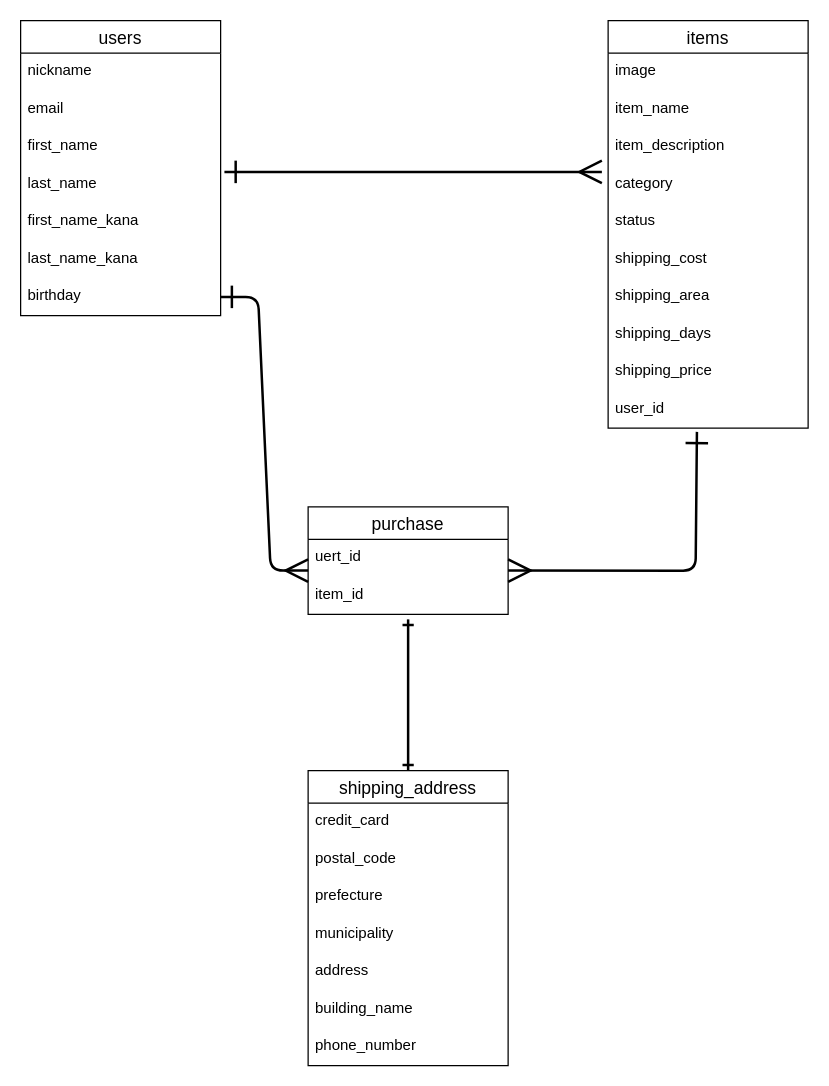
kiserukun/furima32003 keeps this draw.io diagram as ER.dio. Above is the earlier version. Source tidied: cells renumbered, new cells numbered last; positions are measured from the earlier drawing's top-left corner, leaving out a move shared by most shapes. Both pictures are drawn from the tidied source at 125%, with x=0, y=0 at pixel (20, 20).
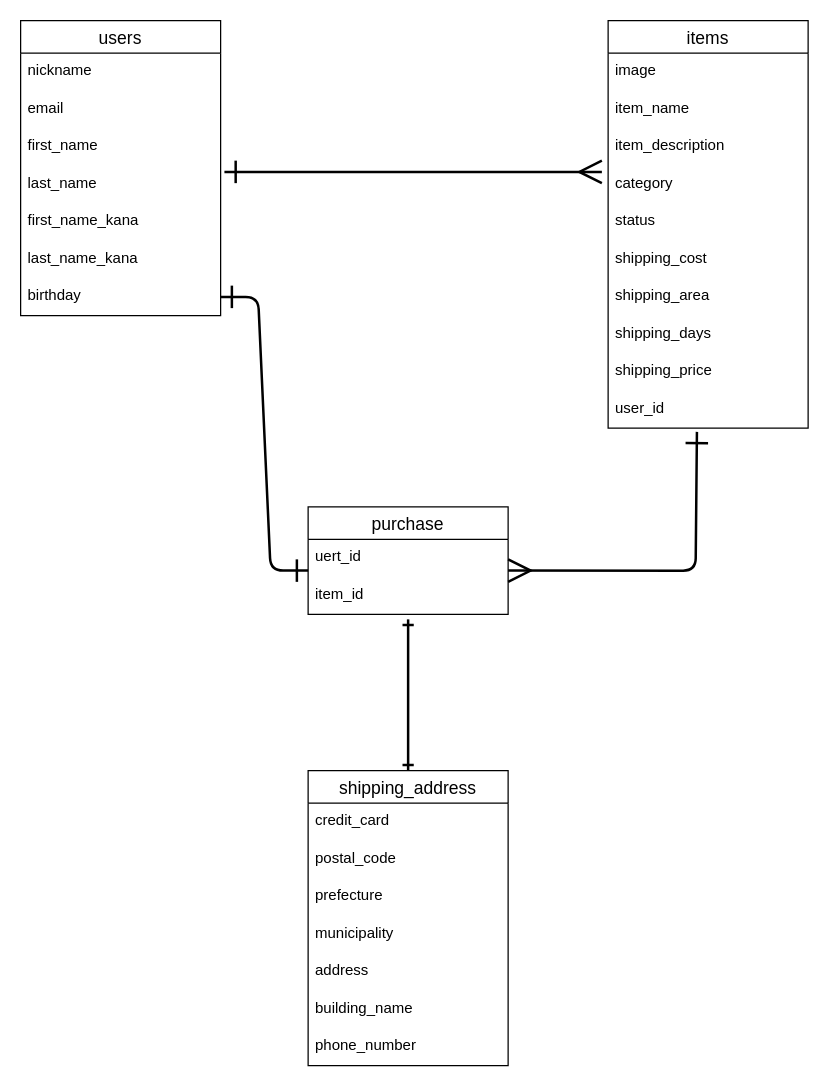
Above is the later version.

The change refers to these unchanged cells:
```xml
<mxCell id="20" value="birthday" style="text;strokeColor=none;fillColor=none;spacingLeft=4;spacingRight=4;overflow=hidden;points=[[0,0.5],[1,0.5]];portConstraint=eastwest;fontSize=12;" parent="13" vertex="1">
  <mxGeometry y="206" width="160" height="30" as="geometry" />
</mxCell>
<mxCell id="22" value="uert_id" style="text;strokeColor=none;fillColor=none;spacingLeft=4;spacingRight=4;overflow=hidden;points=[[0,0.5],[1,0.5]];portConstraint=eastwest;fontSize=12;" parent="21" vertex="1">
  <mxGeometry y="26" width="160" height="30" as="geometry" />
</mxCell>
```

Diff of the diagram source:
```diff
@@
-    <mxCell id="33" style="edgeStyle=entityRelationEdgeStyle;fontSize=12;html=1;endArrow=ERmany;endSize=15;startSize=15;strokeWidth=2;endFill=0;startArrow=ERone;startFill=0;entryX=0;entryY=0.833;entryDx=0;entryDy=0;entryPerimeter=0;" parent="1" edge="1" source="20" target="22">
+    <mxCell id="33" style="edgeStyle=entityRelationEdgeStyle;fontSize=12;html=1;endArrow=ERone;endSize=15;startSize=15;strokeWidth=2;endFill=0;startArrow=ERone;startFill=0;entryX=0;entryY=0.833;entryDx=0;entryDy=0;entryPerimeter=0;" parent="1" edge="1" source="20" target="22">
       <mxGeometry relative="1" as="geometry" />
     </mxCell>
```
